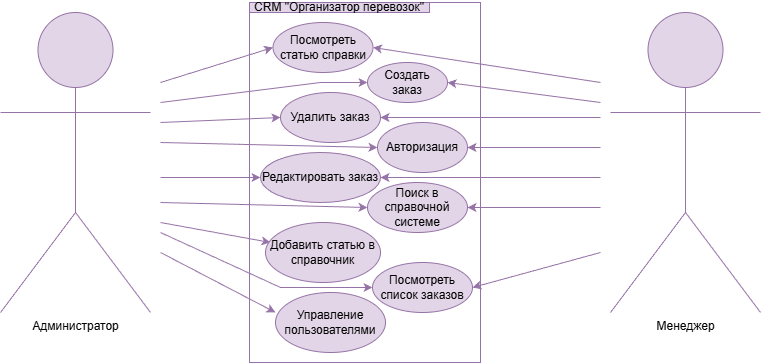
The draw.io diagram Diagrams/Диаграмма прецедентов.png in AMM032/diplom-crm-system, before a commit. Source tidied: cells renumbered, new cells last; positions are measured from the earlier drawing's top-left corner, leaving out a move shared by most shapes. Its diagram source:
```xml
<mxGraphModel>
  <root>
    <mxCell id="0" />
    <mxCell id="1" parent="0" />
    <mxCell id="2" style="whiteSpace=wrap;html=1;fillColor=none;strokeColor=#9673a6;" parent="1" vertex="1">
      <mxGeometry x="249" width="231" height="360" as="geometry" />
    </mxCell>
    <mxCell id="3" style="edgeStyle=none;rounded=0;jettySize=auto;html=1;entryX=1;entryY=0.5;entryDx=0;entryDy=0;fillColor=#e1d5e7;strokeColor=#9673a6;" parent="1" edge="1" target="25">
      <mxGeometry relative="1" as="geometry">
        <mxPoint x="600" y="80" as="sourcePoint" />
      </mxGeometry>
    </mxCell>
    <mxCell id="4" style="edgeStyle=none;rounded=0;jettySize=auto;html=1;entryX=1;entryY=0.5;entryDx=0;entryDy=0;fillColor=#e1d5e7;strokeColor=#9673a6;" parent="1" edge="1" target="21">
      <mxGeometry relative="1" as="geometry">
        <mxPoint x="600" y="100" as="sourcePoint" />
      </mxGeometry>
    </mxCell>
    <mxCell id="5" style="edgeStyle=none;rounded=0;jettySize=auto;html=1;entryX=1;entryY=0.5;entryDx=0;entryDy=0;fillColor=#e1d5e7;strokeColor=#9673a6;" parent="1" edge="1" target="18">
      <mxGeometry relative="1" as="geometry">
        <mxPoint x="600" y="145" as="sourcePoint" />
      </mxGeometry>
    </mxCell>
    <mxCell id="6" style="edgeStyle=none;rounded=0;jettySize=auto;html=1;fillColor=#e1d5e7;strokeColor=#9673a6;entryX=1;entryY=0.5;entryDx=0;entryDy=0;" parent="1" edge="1" target="24">
      <mxGeometry relative="1" as="geometry">
        <mxPoint x="600" y="205" as="sourcePoint" />
      </mxGeometry>
    </mxCell>
    <mxCell id="7" style="edgeStyle=none;rounded=0;jettySize=auto;html=1;entryX=1;entryY=0.5;entryDx=0;entryDy=0;fillColor=#e1d5e7;strokeColor=#9673a6;" parent="1" edge="1" target="23">
      <mxGeometry relative="1" as="geometry">
        <mxPoint x="600" y="250" as="sourcePoint" />
      </mxGeometry>
    </mxCell>
    <mxCell id="8" value="Менеджер" style="shape=umlActor;verticalLabelPosition=bottom;verticalAlign=top;html=1;fillColor=#e1d5e7;strokeColor=#9673a6;fontColor=#000000;" parent="1" vertex="1">
      <mxGeometry x="610" y="10" width="150" height="300" as="geometry" />
    </mxCell>
    <mxCell id="9" value="Администратор" style="shape=umlActor;verticalLabelPosition=bottom;verticalAlign=top;html=1;fillColor=#e1d5e7;strokeColor=#9673a6;fontColor=#000000;" parent="1" vertex="1">
      <mxGeometry y="10" width="150" height="300" as="geometry" />
    </mxCell>
    <mxCell id="10" style="rounded=0;jettySize=auto;html=1;entryX=0;entryY=0.5;entryDx=0;entryDy=0;fillColor=#e1d5e7;strokeColor=#9673a6;" parent="1" edge="1" target="25">
      <mxGeometry relative="1" as="geometry">
        <mxPoint x="160" y="80" as="sourcePoint" />
      </mxGeometry>
    </mxCell>
    <mxCell id="11" style="rounded=0;jettySize=auto;html=1;entryX=0;entryY=0.5;entryDx=0;entryDy=0;fillColor=#e1d5e7;strokeColor=#9673a6;" parent="1" edge="1" target="21">
      <mxGeometry relative="1" as="geometry">
        <mxPoint x="160" y="100" as="sourcePoint" />
        <Array as="points">
          <mxPoint x="320" y="80" />
        </Array>
      </mxGeometry>
    </mxCell>
    <mxCell id="12" style="rounded=0;jettySize=auto;html=1;entryX=0;entryY=0.5;entryDx=0;entryDy=0;fillColor=#e1d5e7;strokeColor=#9673a6;" parent="1" edge="1" target="29">
      <mxGeometry relative="1" as="geometry">
        <mxPoint x="160" y="120" as="sourcePoint" />
      </mxGeometry>
    </mxCell>
    <mxCell id="13" style="rounded=0;jettySize=auto;html=1;entryX=0;entryY=0.5;entryDx=0;entryDy=0;fillColor=#e1d5e7;strokeColor=#9673a6;" parent="1" edge="1" target="18">
      <mxGeometry relative="1" as="geometry">
        <mxPoint x="160" y="140" as="sourcePoint" />
      </mxGeometry>
    </mxCell>
    <mxCell id="14" style="rounded=0;jettySize=auto;html=1;entryX=0;entryY=0.5;entryDx=0;entryDy=0;fillColor=#e1d5e7;strokeColor=#9673a6;" parent="1" edge="1" target="27">
      <mxGeometry relative="1" as="geometry">
        <mxPoint x="160" y="175" as="sourcePoint" />
      </mxGeometry>
    </mxCell>
    <mxCell id="15" style="rounded=0;jettySize=auto;html=1;entryX=0;entryY=0.5;entryDx=0;entryDy=0;fillColor=#e1d5e7;strokeColor=#9673a6;" parent="1" edge="1" target="24">
      <mxGeometry relative="1" as="geometry">
        <mxPoint x="160" y="200" as="sourcePoint" />
      </mxGeometry>
    </mxCell>
    <mxCell id="16" style="rounded=0;jettySize=auto;html=1;fillColor=#e1d5e7;strokeColor=#9673a6;entryX=0.043;entryY=0.333;entryDx=0;entryDy=0;entryPerimeter=0;" parent="1" edge="1" target="22">
      <mxGeometry relative="1" as="geometry">
        <mxPoint x="160" y="220" as="sourcePoint" />
      </mxGeometry>
    </mxCell>
    <mxCell id="17" style="rounded=0;jettySize=auto;html=1;entryX=0;entryY=0.5;entryDx=0;entryDy=0;fillColor=#e1d5e7;strokeColor=#9673a6;" parent="1" edge="1" target="23">
      <mxGeometry relative="1" as="geometry">
        <mxPoint x="160" y="230" as="sourcePoint" />
        <Array as="points">
          <mxPoint x="280" y="285" />
        </Array>
      </mxGeometry>
    </mxCell>
    <mxCell id="18" value="Авторизация" style="ellipse;whiteSpace=wrap;html=1;fillColor=#e1d5e7;strokeColor=#9673a6;" parent="1" vertex="1">
      <mxGeometry x="377" y="120" width="90" height="50" as="geometry" />
    </mxCell>
    <mxCell id="19" style="edgeStyle=none;rounded=0;jettySize=auto;html=1;exitX=0;exitY=0.333;exitDx=0;exitDy=0;startArrow=classic;startFill=1;endArrow=none;endFill=0;fillColor=#e1d5e7;strokeColor=#9673a6;exitPerimeter=0;" parent="1" edge="1" source="20">
      <mxGeometry relative="1" as="geometry">
        <mxPoint x="160" y="250" as="targetPoint" />
      </mxGeometry>
    </mxCell>
    <mxCell id="20" value="Управление пользователями" style="ellipse;whiteSpace=wrap;html=1;fillColor=#e1d5e7;strokeColor=#9673a6;" parent="1" vertex="1">
      <mxGeometry x="275" y="290" width="110" height="60" as="geometry" />
    </mxCell>
    <mxCell id="21" value="Создать заказ" style="ellipse;whiteSpace=wrap;html=1;fillColor=#e1d5e7;strokeColor=#9673a6;" parent="1" vertex="1">
      <mxGeometry x="367" y="60" width="80" height="40" as="geometry" />
    </mxCell>
    <mxCell id="22" value="Добавить статью в справочник" style="ellipse;whiteSpace=wrap;html=1;fillColor=#e1d5e7;strokeColor=#9673a6;" parent="1" vertex="1">
      <mxGeometry x="265" y="220" width="115" height="60" as="geometry" />
    </mxCell>
    <mxCell id="23" value="Посмотреть список заказов" style="ellipse;whiteSpace=wrap;html=1;fillColor=#e1d5e7;strokeColor=#9673a6;" parent="1" vertex="1">
      <mxGeometry x="372" y="260" width="100" height="50" as="geometry" />
    </mxCell>
    <mxCell id="24" value="Поиск в справочной системе" style="ellipse;whiteSpace=wrap;html=1;fillColor=#e1d5e7;strokeColor=#9673a6;" parent="1" vertex="1">
      <mxGeometry x="367" y="180" width="100" height="50" as="geometry" />
    </mxCell>
    <mxCell id="25" value="Посмотреть статью справки" style="ellipse;whiteSpace=wrap;html=1;fillColor=#e1d5e7;strokeColor=#9673a6;" parent="1" vertex="1">
      <mxGeometry x="272.5" y="20" width="100" height="50" as="geometry" />
    </mxCell>
    <mxCell id="26" style="edgeStyle=none;rounded=0;jettySize=auto;html=1;exitX=1;exitY=0.5;exitDx=0;exitDy=0;startArrow=classic;startFill=1;endArrow=none;endFill=0;fillColor=#e1d5e7;strokeColor=#9673a6;" parent="1" edge="1" source="27">
      <mxGeometry relative="1" as="geometry">
        <mxPoint x="600" y="175" as="targetPoint" />
      </mxGeometry>
    </mxCell>
    <mxCell id="27" value="Редактировать заказ" style="ellipse;whiteSpace=wrap;html=1;fillColor=#e1d5e7;strokeColor=#9673a6;" parent="1" vertex="1">
      <mxGeometry x="260" y="150" width="120" height="50" as="geometry" />
    </mxCell>
    <mxCell id="28" style="edgeStyle=none;rounded=0;jettySize=auto;html=1;exitX=1;exitY=0.5;exitDx=0;exitDy=0;startArrow=classic;startFill=1;endArrow=none;endFill=0;fillColor=#e1d5e7;strokeColor=#9673a6;" parent="1" edge="1" source="29">
      <mxGeometry relative="1" as="geometry">
        <mxPoint x="600" y="115" as="targetPoint" />
      </mxGeometry>
    </mxCell>
    <mxCell id="29" value="Удалить заказ" style="ellipse;whiteSpace=wrap;html=1;fillColor=#e1d5e7;strokeColor=#9673a6;" parent="1" vertex="1">
      <mxGeometry x="280" y="90" width="100" height="50" as="geometry" />
    </mxCell>
    <mxCell id="30" value="CRM &quot;Организатор перевозок&quot;" style="text;html=1;whiteSpace=wrap;strokeColor=#9673a6;fillColor=#e1d5e7;align=center;verticalAlign=middle;rounded=0;" parent="1" vertex="1">
      <mxGeometry x="249" width="180" height="10" as="geometry" />
    </mxCell>
  </root>
</mxGraphModel>
```
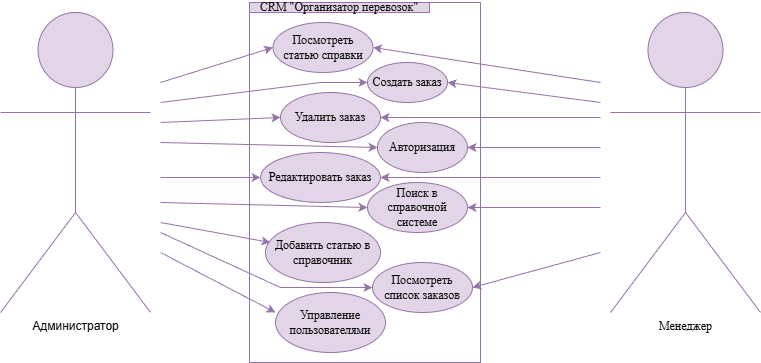
After the change.

Change to the diagram source:
```diff
@@ -2,46 +2,46 @@
   <root>
     <mxCell id="0" />
     <mxCell id="1" parent="0" />
-    <mxCell id="2" style="whiteSpace=wrap;html=1;fillColor=none;strokeColor=#9673a6;" parent="1" vertex="1">
+    <mxCell id="2" style="whiteSpace=wrap;html=1;fillColor=none;strokeColor=#9673a6;fontFamily=Times New Roman;" parent="1" vertex="1">
       <mxGeometry x="249" width="231" height="360" as="geometry" />
     </mxCell>
-    <mxCell id="3" style="edgeStyle=none;rounded=0;jettySize=auto;html=1;entryX=1;entryY=0.5;entryDx=0;entryDy=0;fillColor=#e1d5e7;strokeColor=#9673a6;" parent="1" edge="1" target="25">
+    <mxCell id="3" style="edgeStyle=none;rounded=0;jettySize=auto;html=1;entryX=1;entryY=0.5;entryDx=0;entryDy=0;fillColor=#e1d5e7;strokeColor=#9673a6;fontFamily=Times New Roman;" parent="1" edge="1" target="25">
       <mxGeometry relative="1" as="geometry">
         <mxPoint x="600" y="80" as="sourcePoint" />
       </mxGeometry>
     </mxCell>
-    <mxCell id="4" style="edgeStyle=none;rounded=0;jettySize=auto;html=1;entryX=1;entryY=0.5;entryDx=0;entryDy=0;fillColor=#e1d5e7;strokeColor=#9673a6;" parent="1" edge="1" target="21">
+    <mxCell id="4" style="edgeStyle=none;rounded=0;jettySize=auto;html=1;entryX=1;entryY=0.5;entryDx=0;entryDy=0;fillColor=#e1d5e7;strokeColor=#9673a6;fontFamily=Times New Roman;" parent="1" edge="1" target="21">
       <mxGeometry relative="1" as="geometry">
         <mxPoint x="600" y="100" as="sourcePoint" />
       </mxGeometry>
     </mxCell>
-    <mxCell id="5" style="edgeStyle=none;rounded=0;jettySize=auto;html=1;entryX=1;entryY=0.5;entryDx=0;entryDy=0;fillColor=#e1d5e7;strokeColor=#9673a6;" parent="1" edge="1" target="18">
+    <mxCell id="5" style="edgeStyle=none;rounded=0;jettySize=auto;html=1;entryX=1;entryY=0.5;entryDx=0;entryDy=0;fillColor=#e1d5e7;strokeColor=#9673a6;fontFamily=Times New Roman;" parent="1" edge="1" target="18">
       <mxGeometry relative="1" as="geometry">
         <mxPoint x="600" y="145" as="sourcePoint" />
       </mxGeometry>
     </mxCell>
-    <mxCell id="6" style="edgeStyle=none;rounded=0;jettySize=auto;html=1;fillColor=#e1d5e7;strokeColor=#9673a6;entryX=1;entryY=0.5;entryDx=0;entryDy=0;" parent="1" edge="1" target="24">
+    <mxCell id="6" style="edgeStyle=none;rounded=0;jettySize=auto;html=1;fillColor=#e1d5e7;strokeColor=#9673a6;entryX=1;entryY=0.5;entryDx=0;entryDy=0;fontFamily=Times New Roman;" parent="1" edge="1" target="24">
       <mxGeometry relative="1" as="geometry">
         <mxPoint x="600" y="205" as="sourcePoint" />
       </mxGeometry>
     </mxCell>
-    <mxCell id="7" style="edgeStyle=none;rounded=0;jettySize=auto;html=1;entryX=1;entryY=0.5;entryDx=0;entryDy=0;fillColor=#e1d5e7;strokeColor=#9673a6;" parent="1" edge="1" target="23">
+    <mxCell id="7" style="edgeStyle=none;rounded=0;jettySize=auto;html=1;entryX=1;entryY=0.5;entryDx=0;entryDy=0;fillColor=#e1d5e7;strokeColor=#9673a6;fontFamily=Times New Roman;" parent="1" edge="1" target="23">
       <mxGeometry relative="1" as="geometry">
         <mxPoint x="600" y="250" as="sourcePoint" />
       </mxGeometry>
     </mxCell>
-    <mxCell id="8" value="Менеджер" style="shape=umlActor;verticalLabelPosition=bottom;verticalAlign=top;html=1;fillColor=#e1d5e7;strokeColor=#9673a6;fontColor=#000000;" parent="1" vertex="1">
+    <mxCell id="8" value="Менеджер" style="shape=umlActor;verticalLabelPosition=bottom;verticalAlign=top;html=1;fillColor=#e1d5e7;strokeColor=#9673a6;fontColor=#000000;fontFamily=Times New Roman;" parent="1" vertex="1">
       <mxGeometry x="610" y="10" width="150" height="300" as="geometry" />
     </mxCell>
     <mxCell id="9" value="Администратор" style="shape=umlActor;verticalLabelPosition=bottom;verticalAlign=top;html=1;fillColor=#e1d5e7;strokeColor=#9673a6;fontColor=#000000;" parent="1" vertex="1">
       <mxGeometry y="10" width="150" height="300" as="geometry" />
     </mxCell>
-    <mxCell id="10" style="rounded=0;jettySize=auto;html=1;entryX=0;entryY=0.5;entryDx=0;entryDy=0;fillColor=#e1d5e7;strokeColor=#9673a6;" parent="1" edge="1" target="25">
+    <mxCell id="10" style="rounded=0;jettySize=auto;html=1;entryX=0;entryY=0.5;entryDx=0;entryDy=0;fillColor=#e1d5e7;strokeColor=#9673a6;fontFamily=Times New Roman;" parent="1" edge="1" target="25">
       <mxGeometry relative="1" as="geometry">
         <mxPoint x="160" y="80" as="sourcePoint" />
       </mxGeometry>
     </mxCell>
-    <mxCell id="11" style="rounded=0;jettySize=auto;html=1;entryX=0;entryY=0.5;entryDx=0;entryDy=0;fillColor=#e1d5e7;strokeColor=#9673a6;" parent="1" edge="1" target="21">
+    <mxCell id="11" style="rounded=0;jettySize=auto;html=1;entryX=0;entryY=0.5;entryDx=0;entryDy=0;fillColor=#e1d5e7;strokeColor=#9673a6;fontFamily=Times New Roman;" parent="1" edge="1" target="21">
       <mxGeometry relative="1" as="geometry">
         <mxPoint x="160" y="100" as="sourcePoint" />
         <Array as="points">
@@ -49,32 +49,32 @@
         </Array>
       </mxGeometry>
     </mxCell>
-    <mxCell id="12" style="rounded=0;jettySize=auto;html=1;entryX=0;entryY=0.5;entryDx=0;entryDy=0;fillColor=#e1d5e7;strokeColor=#9673a6;" parent="1" edge="1" target="29">
+    <mxCell id="12" style="rounded=0;jettySize=auto;html=1;entryX=0;entryY=0.5;entryDx=0;entryDy=0;fillColor=#e1d5e7;strokeColor=#9673a6;fontFamily=Times New Roman;" parent="1" edge="1" target="29">
       <mxGeometry relative="1" as="geometry">
         <mxPoint x="160" y="120" as="sourcePoint" />
       </mxGeometry>
     </mxCell>
-    <mxCell id="13" style="rounded=0;jettySize=auto;html=1;entryX=0;entryY=0.5;entryDx=0;entryDy=0;fillColor=#e1d5e7;strokeColor=#9673a6;" parent="1" edge="1" target="18">
+    <mxCell id="13" style="rounded=0;jettySize=auto;html=1;entryX=0;entryY=0.5;entryDx=0;entryDy=0;fillColor=#e1d5e7;strokeColor=#9673a6;fontFamily=Times New Roman;" parent="1" edge="1" target="18">
       <mxGeometry relative="1" as="geometry">
         <mxPoint x="160" y="140" as="sourcePoint" />
       </mxGeometry>
     </mxCell>
-    <mxCell id="14" style="rounded=0;jettySize=auto;html=1;entryX=0;entryY=0.5;entryDx=0;entryDy=0;fillColor=#e1d5e7;strokeColor=#9673a6;" parent="1" edge="1" target="27">
+    <mxCell id="14" style="rounded=0;jettySize=auto;html=1;entryX=0;entryY=0.5;entryDx=0;entryDy=0;fillColor=#e1d5e7;strokeColor=#9673a6;fontFamily=Times New Roman;" parent="1" edge="1" target="27">
       <mxGeometry relative="1" as="geometry">
         <mxPoint x="160" y="175" as="sourcePoint" />
       </mxGeometry>
     </mxCell>
-    <mxCell id="15" style="rounded=0;jettySize=auto;html=1;entryX=0;entryY=0.5;entryDx=0;entryDy=0;fillColor=#e1d5e7;strokeColor=#9673a6;" parent="1" edge="1" target="24">
+    <mxCell id="15" style="rounded=0;jettySize=auto;html=1;entryX=0;entryY=0.5;entryDx=0;entryDy=0;fillColor=#e1d5e7;strokeColor=#9673a6;fontFamily=Times New Roman;" parent="1" edge="1" target="24">
       <mxGeometry relative="1" as="geometry">
         <mxPoint x="160" y="200" as="sourcePoint" />
       </mxGeometry>
     </mxCell>
-    <mxCell id="16" style="rounded=0;jettySize=auto;html=1;fillColor=#e1d5e7;strokeColor=#9673a6;entryX=0.043;entryY=0.333;entryDx=0;entryDy=0;entryPerimeter=0;" parent="1" edge="1" target="22">
+    <mxCell id="16" style="rounded=0;jettySize=auto;html=1;fillColor=#e1d5e7;strokeColor=#9673a6;entryX=0.043;entryY=0.333;entryDx=0;entryDy=0;entryPerimeter=0;fontFamily=Times New Roman;" parent="1" edge="1" target="22">
       <mxGeometry relative="1" as="geometry">
         <mxPoint x="160" y="220" as="sourcePoint" />
       </mxGeometry>
     </mxCell>
-    <mxCell id="17" style="rounded=0;jettySize=auto;html=1;entryX=0;entryY=0.5;entryDx=0;entryDy=0;fillColor=#e1d5e7;strokeColor=#9673a6;" parent="1" edge="1" target="23">
+    <mxCell id="17" style="rounded=0;jettySize=auto;html=1;entryX=0;entryY=0.5;entryDx=0;entryDy=0;fillColor=#e1d5e7;strokeColor=#9673a6;fontFamily=Times New Roman;" parent="1" edge="1" target="23">
       <mxGeometry relative="1" as="geometry">
         <mxPoint x="160" y="230" as="sourcePoint" />
         <Array as="points">
@@ -82,49 +82,49 @@
         </Array>
       </mxGeometry>
     </mxCell>
-    <mxCell id="18" value="Авторизация" style="ellipse;whiteSpace=wrap;html=1;fillColor=#e1d5e7;strokeColor=#9673a6;" parent="1" vertex="1">
+    <mxCell id="18" value="Авторизация" style="ellipse;whiteSpace=wrap;html=1;fillColor=#e1d5e7;strokeColor=#9673a6;fontFamily=Times New Roman;" parent="1" vertex="1">
       <mxGeometry x="377" y="120" width="90" height="50" as="geometry" />
     </mxCell>
-    <mxCell id="19" style="edgeStyle=none;rounded=0;jettySize=auto;html=1;exitX=0;exitY=0.333;exitDx=0;exitDy=0;startArrow=classic;startFill=1;endArrow=none;endFill=0;fillColor=#e1d5e7;strokeColor=#9673a6;exitPerimeter=0;" parent="1" edge="1" source="20">
+    <mxCell id="19" style="edgeStyle=none;rounded=0;jettySize=auto;html=1;exitX=0;exitY=0.333;exitDx=0;exitDy=0;startArrow=classic;startFill=1;endArrow=none;endFill=0;fillColor=#e1d5e7;strokeColor=#9673a6;exitPerimeter=0;fontFamily=Times New Roman;" parent="1" edge="1" source="20">
       <mxGeometry relative="1" as="geometry">
         <mxPoint x="160" y="250" as="targetPoint" />
       </mxGeometry>
     </mxCell>
-    <mxCell id="20" value="Управление пользователями" style="ellipse;whiteSpace=wrap;html=1;fillColor=#e1d5e7;strokeColor=#9673a6;" parent="1" vertex="1">
+    <mxCell id="20" value="Управление пользователями" style="ellipse;whiteSpace=wrap;html=1;fillColor=#e1d5e7;strokeColor=#9673a6;fontFamily=Times New Roman;" parent="1" vertex="1">
       <mxGeometry x="275" y="290" width="110" height="60" as="geometry" />
     </mxCell>
-    <mxCell id="21" value="Создать заказ" style="ellipse;whiteSpace=wrap;html=1;fillColor=#e1d5e7;strokeColor=#9673a6;" parent="1" vertex="1">
+    <mxCell id="21" value="Создать заказ" style="ellipse;whiteSpace=wrap;html=1;fillColor=#e1d5e7;strokeColor=#9673a6;fontFamily=Times New Roman;" parent="1" vertex="1">
       <mxGeometry x="367" y="60" width="80" height="40" as="geometry" />
     </mxCell>
-    <mxCell id="22" value="Добавить статью в справочник" style="ellipse;whiteSpace=wrap;html=1;fillColor=#e1d5e7;strokeColor=#9673a6;" parent="1" vertex="1">
+    <mxCell id="22" value="Добавить статью в справочник" style="ellipse;whiteSpace=wrap;html=1;fillColor=#e1d5e7;strokeColor=#9673a6;fontFamily=Times New Roman;" parent="1" vertex="1">
       <mxGeometry x="265" y="220" width="115" height="60" as="geometry" />
     </mxCell>
-    <mxCell id="23" value="Посмотреть список заказов" style="ellipse;whiteSpace=wrap;html=1;fillColor=#e1d5e7;strokeColor=#9673a6;" parent="1" vertex="1">
+    <mxCell id="23" value="Посмотреть список заказов" style="ellipse;whiteSpace=wrap;html=1;fillColor=#e1d5e7;strokeColor=#9673a6;fontFamily=Times New Roman;" parent="1" vertex="1">
       <mxGeometry x="372" y="260" width="100" height="50" as="geometry" />
     </mxCell>
-    <mxCell id="24" value="Поиск в справочной системе" style="ellipse;whiteSpace=wrap;html=1;fillColor=#e1d5e7;strokeColor=#9673a6;" parent="1" vertex="1">
+    <mxCell id="24" value="Поиск в справочной системе" style="ellipse;whiteSpace=wrap;html=1;fillColor=#e1d5e7;strokeColor=#9673a6;fontFamily=Times New Roman;" parent="1" vertex="1">
       <mxGeometry x="367" y="180" width="100" height="50" as="geometry" />
     </mxCell>
-    <mxCell id="25" value="Посмотреть статью справки" style="ellipse;whiteSpace=wrap;html=1;fillColor=#e1d5e7;strokeColor=#9673a6;" parent="1" vertex="1">
+    <mxCell id="25" value="Посмотреть статью справки" style="ellipse;whiteSpace=wrap;html=1;fillColor=#e1d5e7;strokeColor=#9673a6;fontFamily=Times New Roman;" parent="1" vertex="1">
       <mxGeometry x="272.5" y="20" width="100" height="50" as="geometry" />
     </mxCell>
-    <mxCell id="26" style="edgeStyle=none;rounded=0;jettySize=auto;html=1;exitX=1;exitY=0.5;exitDx=0;exitDy=0;startArrow=classic;startFill=1;endArrow=none;endFill=0;fillColor=#e1d5e7;strokeColor=#9673a6;" parent="1" edge="1" source="27">
+    <mxCell id="26" style="edgeStyle=none;rounded=0;jettySize=auto;html=1;exitX=1;exitY=0.5;exitDx=0;exitDy=0;startArrow=classic;startFill=1;endArrow=none;endFill=0;fillColor=#e1d5e7;strokeColor=#9673a6;fontFamily=Times New Roman;" parent="1" edge="1" source="27">
       <mxGeometry relative="1" as="geometry">
         <mxPoint x="600" y="175" as="targetPoint" />
       </mxGeometry>
     </mxCell>
-    <mxCell id="27" value="Редактировать заказ" style="ellipse;whiteSpace=wrap;html=1;fillColor=#e1d5e7;strokeColor=#9673a6;" parent="1" vertex="1">
+    <mxCell id="27" value="Редактировать заказ" style="ellipse;whiteSpace=wrap;html=1;fillColor=#e1d5e7;strokeColor=#9673a6;fontFamily=Times New Roman;" parent="1" vertex="1">
       <mxGeometry x="260" y="150" width="120" height="50" as="geometry" />
     </mxCell>
-    <mxCell id="28" style="edgeStyle=none;rounded=0;jettySize=auto;html=1;exitX=1;exitY=0.5;exitDx=0;exitDy=0;startArrow=classic;startFill=1;endArrow=none;endFill=0;fillColor=#e1d5e7;strokeColor=#9673a6;" parent="1" edge="1" source="29">
+    <mxCell id="28" style="edgeStyle=none;rounded=0;jettySize=auto;html=1;exitX=1;exitY=0.5;exitDx=0;exitDy=0;startArrow=classic;startFill=1;endArrow=none;endFill=0;fillColor=#e1d5e7;strokeColor=#9673a6;fontFamily=Times New Roman;" parent="1" edge="1" source="29">
       <mxGeometry relative="1" as="geometry">
         <mxPoint x="600" y="115" as="targetPoint" />
       </mxGeometry>
     </mxCell>
-    <mxCell id="29" value="Удалить заказ" style="ellipse;whiteSpace=wrap;html=1;fillColor=#e1d5e7;strokeColor=#9673a6;" parent="1" vertex="1">
+    <mxCell id="29" value="Удалить заказ" style="ellipse;whiteSpace=wrap;html=1;fillColor=#e1d5e7;strokeColor=#9673a6;fontFamily=Times New Roman;" parent="1" vertex="1">
       <mxGeometry x="280" y="90" width="100" height="50" as="geometry" />
     </mxCell>
-    <mxCell id="30" value="CRM &quot;Организатор перевозок&quot;" style="text;html=1;whiteSpace=wrap;strokeColor=#9673a6;fillColor=#e1d5e7;align=center;verticalAlign=middle;rounded=0;" parent="1" vertex="1">
+    <mxCell id="30" value="CRM &quot;Организатор перевозок&quot;" style="text;html=1;whiteSpace=wrap;strokeColor=#9673a6;fillColor=#e1d5e7;align=center;verticalAlign=middle;rounded=0;fontFamily=Times New Roman;" parent="1" vertex="1">
       <mxGeometry x="249" width="180" height="10" as="geometry" />
     </mxCell>
   </root>
```
